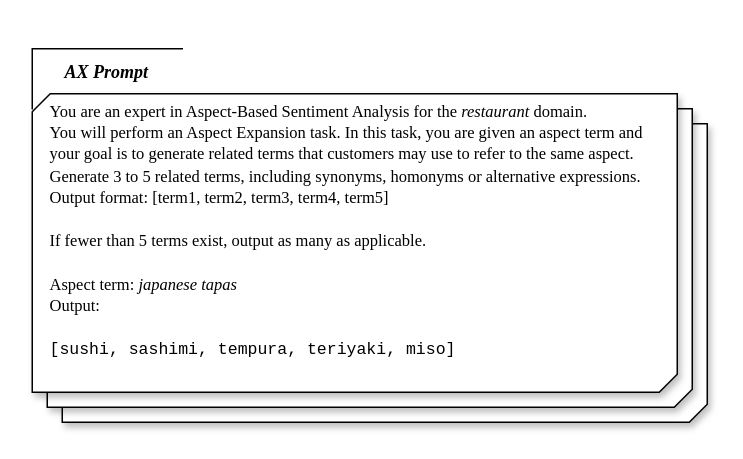
The draw.io diagram Prompts.drawio in sara-kaczmarek/LLMB4ABSC, before the edit. Source tidied: cells renumbered, new cells numbered last; positions are measured from the earlier drawing's top-left corner, leaving out a move shared by most shapes. Both pictures are drawn from the tidied source at 150%, with x=0, y=0 at pixel (32, 32).
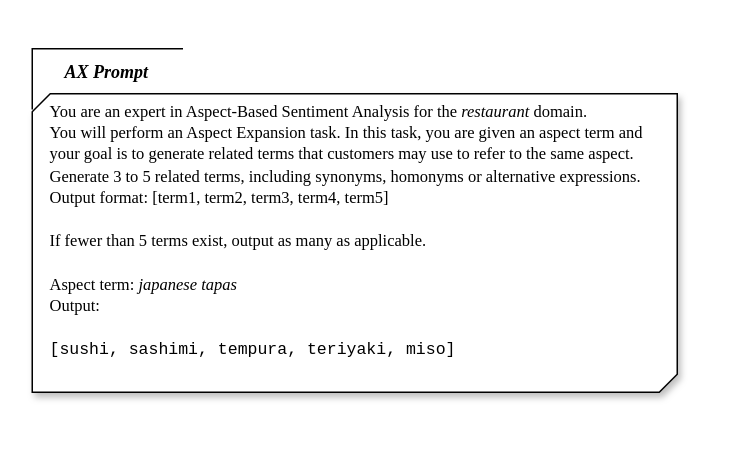
The same diagram, later.

Change to the diagram source:
```diff
@@
 <mxGraphModel>
   <root>
     <mxCell id="0" />
     <mxCell id="1" parent="0" />
-    <mxCell id="2" style="group;" parent="1" vertex="1">
-      <mxGeometry y="11" width="450" height="249" as="geometry" />
-    </mxCell>
-    <mxCell id="3" style="verticalLabelPosition=bottom;verticalAlign=top;html=1;shape=mxgraph.basic.diag_snip_rect;dx=6;whiteSpace=wrap;shadow=1;" parent="2" vertex="1">
-      <mxGeometry x="20" y="50" width="430" height="199" as="geometry" />
-    </mxCell>
-    <mxCell id="4" style="verticalLabelPosition=bottom;verticalAlign=top;html=1;shape=mxgraph.basic.diag_snip_rect;dx=6;whiteSpace=wrap;shadow=1;" parent="2" vertex="1">
-      <mxGeometry x="10" y="40" width="430" height="199" as="geometry" />
-    </mxCell>
-    <mxCell id="5" style="verticalLabelPosition=bottom;verticalAlign=top;html=1;shape=mxgraph.basic.diag_snip_rect;dx=6;whiteSpace=wrap;shadow=1;" parent="2" vertex="1">
-      <mxGeometry y="30" width="430" height="199" as="geometry" />
+    <mxCell id="5" style="verticalLabelPosition=bottom;verticalAlign=top;html=1;shape=mxgraph.basic.diag_snip_rect;dx=6;whiteSpace=wrap;shadow=1;" parent="1" vertex="1">
+      <mxGeometry y="41" width="430" height="199" as="geometry" />
     </mxCell>
-    <mxCell id="6" style="shape=partialRectangle;whiteSpace=wrap;html=1;bottom=0;right=0;fillColor=none;" parent="2" vertex="1">
-      <mxGeometry width="100" height="40" as="geometry" />
-    </mxCell>
     <mxCell id="7" value="&lt;b&gt;&lt;i&gt;&lt;font face=&quot;Times New Roman&quot;&gt;AX Prompt&lt;/font&gt;&lt;/i&gt;&lt;/b&gt;" style="text;strokeColor=none;align=left;fillColor=none;html=1;verticalAlign=middle;whiteSpace=wrap;rounded=0;" parent="1" vertex="1">
       <mxGeometry x="20" y="11" width="99" height="32" as="geometry" />
     </mxCell>
     <mxCell id="8" value="&lt;p style=&quot;&quot;&gt;&lt;br&gt;&lt;/p&gt;&lt;div style=&quot;&quot;&gt;&lt;span style=&quot;background-color: transparent;&quot;&gt;&lt;font face=&quot;Times New Roman&quot; style=&quot;font-size: 11px; color: light-dark(rgb(0, 0, 0), rgb(255, 255, 255));&quot;&gt;You are an expert in Aspect-Based Sentiment Analysis for the &lt;i&gt;restaurant&lt;/i&gt; domain.&lt;/font&gt;&lt;/span&gt;&lt;/div&gt;&lt;div style=&quot;&quot;&gt;&lt;font face=&quot;Times New Roman&quot; style=&quot;font-size: 11px; color: light-dark(rgb(0, 0, 0), rgb(255, 255, 255));&quot;&gt;You will perform an Aspect Expansion task. In this task, you are given an aspect term&amp;nbsp;&lt;span style=&quot;background-color: transparent;&quot;&gt;and&lt;/span&gt;&lt;/font&gt;&lt;/div&gt;&lt;div style=&quot;&quot;&gt;&lt;font face=&quot;Times New Roman&quot; style=&quot;font-size: 11px; color: light-dark(rgb(0, 0, 0), rgb(255, 255, 255));&quot;&gt;&lt;span style=&quot;background-color: transparent;&quot;&gt;your goal is to generate related terms that customers may use to refer to the same aspect&lt;/span&gt;&lt;span style=&quot;background-color: transparent;&quot;&gt;.&lt;/span&gt;&lt;/font&gt;&lt;/div&gt;&lt;div style=&quot;&quot;&gt;&lt;span style=&quot;background-color: transparent;&quot;&gt;&lt;font face=&quot;Times New Roman&quot; style=&quot;font-size: 11px; color: light-dark(rgb(0, 0, 0), rgb(255, 255, 255));&quot;&gt;Generate 3 to 5 related terms, including synonyms, homonyms or alternative expressions.&lt;/font&gt;&lt;/span&gt;&lt;/div&gt;&lt;div style=&quot;&quot;&gt;&lt;span style=&quot;background-color: transparent;&quot;&gt;&lt;font face=&quot;Times New Roman&quot; style=&quot;font-size: 11px; color: light-dark(rgb(0, 0, 0), rgb(255, 255, 255));&quot;&gt;Output format: [term1, term2, term3, term4, term5]&lt;/font&gt;&lt;/span&gt;&lt;/div&gt;&lt;div style=&quot;&quot;&gt;&lt;span style=&quot;background-color: transparent;&quot;&gt;&lt;font face=&quot;Times New Roman&quot; style=&quot;font-size: 11px; color: light-dark(rgb(0, 0, 0), rgb(255, 255, 255));&quot;&gt;&lt;br&gt;&lt;/font&gt;&lt;/span&gt;&lt;/div&gt;&lt;div style=&quot;&quot;&gt;&lt;span style=&quot;background-color: transparent;&quot;&gt;&lt;font face=&quot;Times New Roman&quot; style=&quot;font-size: 11px; color: light-dark(rgb(0, 0, 0), rgb(255, 255, 255));&quot;&gt;If fewer than 5 terms exist, output as many as applicable.&lt;/font&gt;&lt;/span&gt;&lt;/div&gt;&lt;div style=&quot;&quot;&gt;&lt;span style=&quot;background-color: transparent;&quot;&gt;&lt;font face=&quot;Times New Roman&quot; style=&quot;font-size: 11px; color: light-dark(rgb(0, 0, 0), rgb(255, 255, 255));&quot;&gt;&lt;br&gt;&lt;/font&gt;&lt;/span&gt;&lt;/div&gt;&lt;div style=&quot;&quot;&gt;&lt;span style=&quot;background-color: transparent;&quot;&gt;&lt;font face=&quot;Times New Roman&quot; style=&quot;font-size: 11px; color: light-dark(rgb(0, 0, 0), rgb(255, 255, 255));&quot;&gt;Aspect term: &lt;i&gt;japanese tapas&lt;/i&gt;&lt;/font&gt;&lt;/span&gt;&lt;/div&gt;&lt;div style=&quot;&quot;&gt;&lt;span style=&quot;background-color: transparent;&quot;&gt;&lt;font face=&quot;Times New Roman&quot; style=&quot;font-size: 11px; color: light-dark(rgb(0, 0, 0), rgb(255, 255, 255));&quot;&gt;Output:&amp;nbsp;&lt;/font&gt;&lt;/span&gt;&lt;/div&gt;&lt;div&gt;&lt;br&gt;&lt;/div&gt;&lt;div&gt;&lt;font style=&quot;color: light-dark(rgb(0, 0, 0), rgb(255, 255, 255));&quot; face=&quot;Courier New&quot;&gt;&lt;font style=&quot;font-size: 11px;&quot;&gt;[sushi, sashimi, tempura, teriyaki, miso]&lt;/font&gt;&lt;br&gt;&lt;/font&gt;&lt;div&gt;&lt;br&gt;&lt;/div&gt;&lt;/div&gt;" style="text;html=1;align=left;verticalAlign=middle;strokeColor=none;fillColor=none;shadow=1;" parent="1" vertex="1">
       <mxGeometry x="10" width="420" height="240" as="geometry" />
     </mxCell>
+    <mxCell id="6" style="shape=partialRectangle;whiteSpace=wrap;html=1;bottom=0;right=0;fillColor=none;" parent="1" vertex="1">
+      <mxGeometry y="11" width="100" height="40" as="geometry" />
+    </mxCell>
   </root>
 </mxGraphModel>
```
